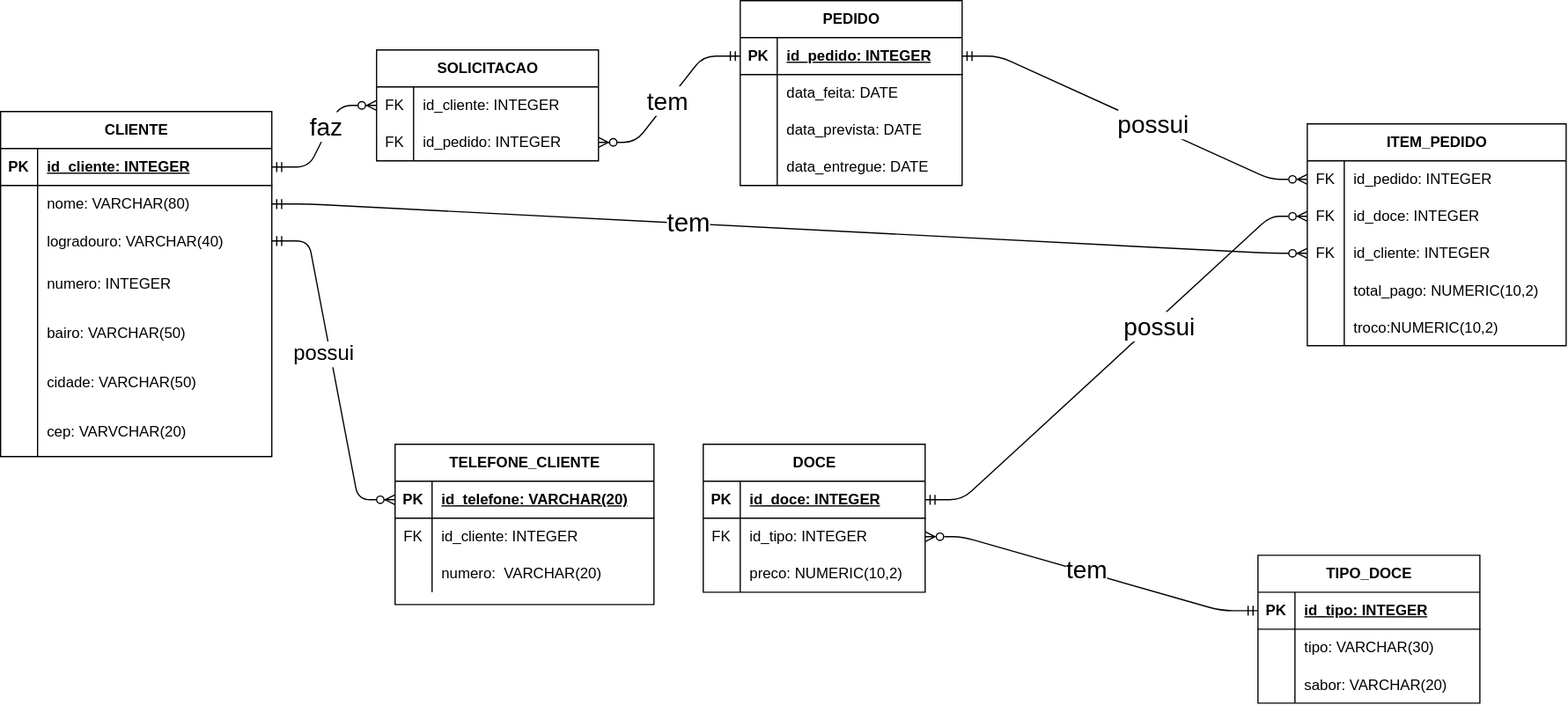
The draw.io diagram uc2/aula06.drawio.svg in pedrotalasca4-afk/sala_de_aula, before a commit. Source tidied: cells renumbered, new cells last; positions are measured from the earlier drawing's top-left corner, leaving out a move shared by most shapes.
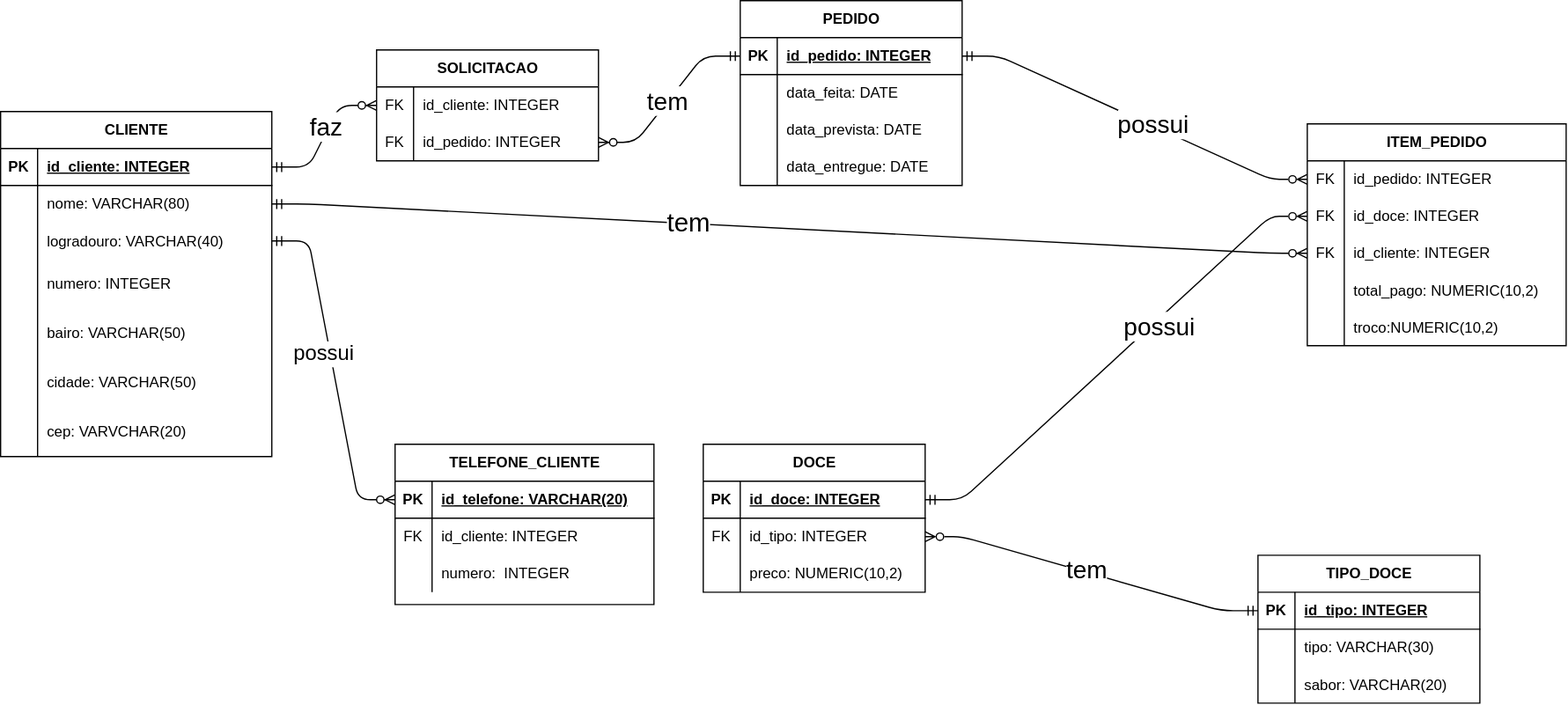
The same diagram one commit later.

Commit message:
Fazer aulas 13,14,15

What changed in the source:
```diff
@@ -295,7 +295,7 @@
     <mxCell id="98" style="shape=partialRectangle;fillColor=none;top=0;left=0;bottom=0;right=0;overflow=hidden;whiteSpace=wrap;html=1;" parent="97" vertex="1">
       <mxGeometry width="30" height="30" as="geometry" />
     </mxCell>
-    <mxCell id="99" value="numero:&amp;nbsp; VARCHAR(20)" style="shape=partialRectangle;fillColor=none;top=0;left=0;bottom=0;right=0;align=left;spacingLeft=6;overflow=hidden;whiteSpace=wrap;html=1;" parent="97" vertex="1">
+    <mxCell id="99" value="numero:&amp;nbsp; INTEGER" style="shape=partialRectangle;fillColor=none;top=0;left=0;bottom=0;right=0;align=left;spacingLeft=6;overflow=hidden;whiteSpace=wrap;html=1;" parent="97" vertex="1">
       <mxGeometry x="30" width="180" height="30" as="geometry" />
     </mxCell>
     <mxCell id="100" style="edgeStyle=entityRelationEdgeStyle;fontSize=12;html=1;endArrow=ERzeroToMany;endFill=1;entryX=0;entryY=0.5;entryDx=0;entryDy=0;exitX=1;exitY=0.5;exitDx=0;exitDy=0;startArrow=ERmandOne;startFill=0;" parent="1" edge="1" source="9" target="91">
```
